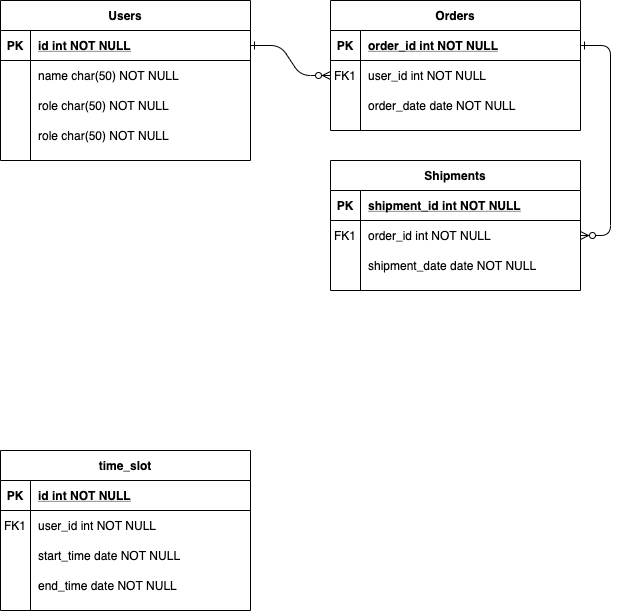
The draw.io diagram uet_thesis/entity.png in EagleVee/flowchart, before a commit. Source tidied: cells renumbered, new cells last; positions are measured from the earlier drawing's top-left corner, leaving out a move shared by most shapes.
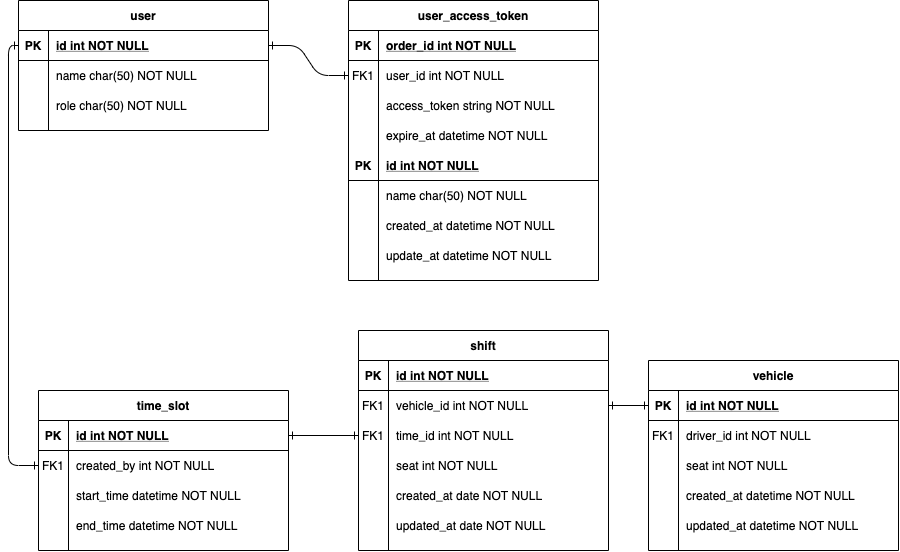
After the change.

Change to the diagram source:
```diff
@@ -2,14 +2,11 @@
   <root>
     <mxCell id="0" />
     <mxCell id="1" parent="0" />
-    <mxCell id="2" style="edgeStyle=entityRelationEdgeStyle;endArrow=ERzeroToMany;startArrow=ERone;endFill=1;startFill=0;" parent="1" edge="1" source="25" target="8">
+    <mxCell id="2" style="edgeStyle=entityRelationEdgeStyle;endArrow=ERone;startArrow=ERone;endFill=0;startFill=0;" parent="1" edge="1" source="25" target="8">
       <mxGeometry relative="1" as="geometry" />
     </mxCell>
-    <mxCell id="3" style="edgeStyle=entityRelationEdgeStyle;endArrow=ERzeroToMany;startArrow=ERone;endFill=1;startFill=0;" parent="1" edge="1" source="5" target="18">
-      <mxGeometry relative="1" as="geometry" />
-    </mxCell>
-    <mxCell id="4" value="Orders" style="shape=table;startSize=30;rowLines=0;fontStyle=1;align=center;" parent="1" vertex="1">
-      <mxGeometry x="330" width="250" height="130" as="geometry" />
+    <mxCell id="4" value="user_access_token" style="shape=table;startSize=30;rowLines=0;fontStyle=1;align=center;" parent="1" vertex="1">
+      <mxGeometry x="330" width="250" height="280" as="geometry" />
     </mxCell>
     <mxCell id="5" style="shape=partialRectangle;fillColor=none;points=[[0,0.5],[1,0.5]];portConstraint=eastwest;top=0;left=0;right=0;bottom=1;" parent="4" vertex="1">
       <mxGeometry y="30" width="250" height="30" as="geometry" />
@@ -35,41 +32,56 @@
     <mxCell id="12" style="shape=partialRectangle;overflow=hidden;fillColor=none;top=0;left=0;bottom=0;right=0;" parent="11" vertex="1">
       <mxGeometry width="30" height="30" as="geometry" />
     </mxCell>
-    <mxCell id="13" value="order_date date NOT NULL" style="shape=partialRectangle;overflow=hidden;fillColor=none;top=0;left=0;bottom=0;right=0;align=left;spacingLeft=6;" parent="11" vertex="1">
+    <mxCell id="13" value="access_token string NOT NULL" style="shape=partialRectangle;overflow=hidden;fillColor=none;top=0;left=0;bottom=0;right=0;align=left;spacingLeft=6;" parent="11" vertex="1">
       <mxGeometry x="30" width="220" height="30" as="geometry" />
     </mxCell>
-    <mxCell id="14" value="Shipments" style="shape=table;startSize=30;rowLines=0;fontStyle=1;align=center;" parent="1" vertex="1">
-      <mxGeometry x="330" y="160" width="250" height="130" as="geometry" />
-    </mxCell>
-    <mxCell id="15" style="shape=partialRectangle;fillColor=none;top=0;left=0;right=0;bottom=1;" parent="14" vertex="1">
-      <mxGeometry y="30" width="250" height="30" as="geometry" />
-    </mxCell>
-    <mxCell id="16" value="PK" style="shape=partialRectangle;overflow=hidden;fillColor=none;top=0;left=0;bottom=0;right=0;fontStyle=1;" parent="15" vertex="1">
-      <mxGeometry width="30" height="30" as="geometry" />
-    </mxCell>
-    <mxCell id="17" value="shipment_id int NOT NULL " style="shape=partialRectangle;overflow=hidden;fillColor=none;top=0;left=0;bottom=0;right=0;align=left;spacingLeft=6;fontStyle=5;" parent="15" vertex="1">
-      <mxGeometry x="30" width="220" height="30" as="geometry" />
-    </mxCell>
-    <mxCell id="18" style="shape=partialRectangle;fillColor=none;points=[[0,0.5],[1,0.5]];portConstraint=eastwest;top=0;left=0;right=0;bottom=0;" parent="14" vertex="1">
-      <mxGeometry y="60" width="250" height="30" as="geometry" />
-    </mxCell>
-    <mxCell id="19" value="FK1" style="shape=partialRectangle;overflow=hidden;fillColor=none;top=0;left=0;bottom=0;right=0;" parent="18" vertex="1">
-      <mxGeometry width="30" height="30" as="geometry" />
-    </mxCell>
-    <mxCell id="20" value="order_id int NOT NULL" style="shape=partialRectangle;overflow=hidden;fillColor=none;top=0;left=0;bottom=0;right=0;align=left;spacingLeft=6;" parent="18" vertex="1">
-      <mxGeometry x="30" width="220" height="30" as="geometry" />
-    </mxCell>
-    <mxCell id="21" style="shape=partialRectangle;fillColor=none;top=0;left=0;right=0;bottom=0;" parent="14" vertex="1">
-      <mxGeometry y="90" width="250" height="30" as="geometry" />
-    </mxCell>
-    <mxCell id="22" style="shape=partialRectangle;overflow=hidden;fillColor=none;top=0;left=0;bottom=0;right=0;" parent="21" vertex="1">
-      <mxGeometry width="30" height="30" as="geometry" />
-    </mxCell>
-    <mxCell id="23" value="shipment_date date NOT NULL" style="shape=partialRectangle;overflow=hidden;fillColor=none;top=0;left=0;bottom=0;right=0;align=left;spacingLeft=6;" parent="21" vertex="1">
-      <mxGeometry x="30" width="220" height="30" as="geometry" />
-    </mxCell>
+    <mxCell id="50" style="shape=partialRectangle;fillColor=none;top=0;left=0;right=0;bottom=0;" parent="4" vertex="1">
+      <mxGeometry y="120" width="250" height="30" as="geometry" />
+    </mxCell>
+    <mxCell id="51" style="shape=partialRectangle;overflow=hidden;fillColor=none;top=0;left=0;bottom=0;right=0;" parent="50" vertex="1">
+      <mxGeometry width="30" height="30" as="geometry" />
+    </mxCell>
+    <mxCell id="52" value="expire_at datetime NOT NULL" style="shape=partialRectangle;overflow=hidden;fillColor=none;top=0;left=0;bottom=0;right=0;align=left;spacingLeft=6;" parent="50" vertex="1">
+      <mxGeometry x="30" width="220" height="30" as="geometry" />
+    </mxCell>
+    <mxCell id="53" style="shape=partialRectangle;fillColor=none;top=0;left=0;right=0;bottom=1;" parent="4" vertex="1">
+      <mxGeometry y="150" width="250" height="30" as="geometry" />
+    </mxCell>
+    <mxCell id="54" value="PK" style="shape=partialRectangle;overflow=hidden;fillColor=none;top=0;left=0;bottom=0;right=0;fontStyle=1;" parent="53" vertex="1">
+      <mxGeometry width="30" height="30" as="geometry" />
+    </mxCell>
+    <mxCell id="55" value="id int NOT NULL " style="shape=partialRectangle;overflow=hidden;fillColor=none;top=0;left=0;bottom=0;right=0;align=left;spacingLeft=6;fontStyle=5;" parent="53" vertex="1">
+      <mxGeometry x="30" width="220" height="30" as="geometry" />
+    </mxCell>
+    <mxCell id="56" style="shape=partialRectangle;fillColor=none;top=0;left=0;right=0;bottom=0;" parent="4" vertex="1">
+      <mxGeometry y="180" width="250" height="30" as="geometry" />
+    </mxCell>
+    <mxCell id="57" style="shape=partialRectangle;overflow=hidden;fillColor=none;top=0;left=0;bottom=0;right=0;" parent="56" vertex="1">
+      <mxGeometry width="30" height="30" as="geometry" />
+    </mxCell>
+    <mxCell id="58" value="name char(50) NOT NULL" style="shape=partialRectangle;overflow=hidden;fillColor=none;top=0;left=0;bottom=0;right=0;align=left;spacingLeft=6;" parent="56" vertex="1">
+      <mxGeometry x="30" width="220" height="30" as="geometry" />
+    </mxCell>
+    <mxCell id="59" style="shape=partialRectangle;fillColor=none;top=0;left=0;right=0;bottom=0;" parent="4" vertex="1">
+      <mxGeometry y="210" width="250" height="30" as="geometry" />
+    </mxCell>
+    <mxCell id="60" style="shape=partialRectangle;overflow=hidden;fillColor=none;top=0;left=0;bottom=0;right=0;" parent="59" vertex="1">
+      <mxGeometry width="30" height="30" as="geometry" />
+    </mxCell>
+    <mxCell id="61" value="created_at datetime NOT NULL" style="shape=partialRectangle;overflow=hidden;fillColor=none;top=0;left=0;bottom=0;right=0;align=left;spacingLeft=6;" parent="59" vertex="1">
+      <mxGeometry x="30" width="220" height="30" as="geometry" />
+    </mxCell>
+    <mxCell id="62" style="shape=partialRectangle;fillColor=none;top=0;left=0;right=0;bottom=0;" parent="4" vertex="1">
+      <mxGeometry y="240" width="250" height="30" as="geometry" />
+    </mxCell>
+    <mxCell id="63" style="shape=partialRectangle;overflow=hidden;fillColor=none;top=0;left=0;bottom=0;right=0;" parent="62" vertex="1">
+      <mxGeometry width="30" height="30" as="geometry" />
+    </mxCell>
+    <mxCell id="64" value="update_at datetime NOT NULL" style="shape=partialRectangle;overflow=hidden;fillColor=none;top=0;left=0;bottom=0;right=0;align=left;spacingLeft=6;" parent="62" vertex="1">
+      <mxGeometry x="30" width="220" height="30" as="geometry" />
+    </mxCell>
-    <mxCell id="24" value="Users" style="shape=table;startSize=30;rowLines=0;fontStyle=1;align=center;" parent="1" vertex="1">
-      <mxGeometry width="250" height="160" as="geometry" />
+    <mxCell id="24" value="user" style="shape=table;startSize=30;rowLines=0;fontStyle=1;align=center;" parent="1" vertex="1">
+      <mxGeometry width="250" height="130" as="geometry" />
     </mxCell>
     <mxCell id="25" style="shape=partialRectangle;fillColor=none;points=[[0,0.5],[1,0.5]];portConstraint=eastwest;top=0;left=0;right=0;bottom=1;" parent="24" vertex="1">
       <mxGeometry y="30" width="250" height="30" as="geometry" />
@@ -98,17 +110,8 @@
     <mxCell id="33" value="role char(50) NOT NULL" style="shape=partialRectangle;overflow=hidden;fillColor=none;top=0;left=0;bottom=0;right=0;align=left;spacingLeft=6;" parent="31" vertex="1">
       <mxGeometry x="30" width="220" height="30" as="geometry" />
     </mxCell>
-    <mxCell id="34" style="shape=partialRectangle;fillColor=none;top=0;left=0;right=0;bottom=0;" parent="24" vertex="1">
-      <mxGeometry y="120" width="250" height="30" as="geometry" />
-    </mxCell>
-    <mxCell id="35" style="shape=partialRectangle;overflow=hidden;fillColor=none;top=0;left=0;bottom=0;right=0;" parent="34" vertex="1">
-      <mxGeometry width="30" height="30" as="geometry" />
-    </mxCell>
-    <mxCell id="36" value="role char(50) NOT NULL" style="shape=partialRectangle;overflow=hidden;fillColor=none;top=0;left=0;bottom=0;right=0;align=left;spacingLeft=6;" parent="34" vertex="1">
-      <mxGeometry x="30" width="220" height="30" as="geometry" />
-    </mxCell>
     <mxCell id="37" value="time_slot" style="shape=table;startSize=30;rowLines=0;fontStyle=1;align=center;" parent="1" vertex="1">
-      <mxGeometry y="450" width="250" height="160" as="geometry" />
+      <mxGeometry x="20" y="390" width="250" height="160" as="geometry" />
     </mxCell>
     <mxCell id="38" style="shape=partialRectangle;fillColor=none;points=[[0,0.5],[1,0.5]];portConstraint=eastwest;top=0;left=0;right=0;bottom=1;" parent="37" vertex="1">
       <mxGeometry y="30" width="250" height="30" as="geometry" />
@@ -125,7 +128,7 @@
     <mxCell id="42" value="FK1" style="shape=partialRectangle;overflow=hidden;fillColor=none;top=0;left=0;bottom=0;right=0;" parent="41" vertex="1">
       <mxGeometry width="30" height="30" as="geometry" />
     </mxCell>
-    <mxCell id="43" value="user_id int NOT NULL" style="shape=partialRectangle;overflow=hidden;fillColor=none;top=0;left=0;bottom=0;right=0;align=left;spacingLeft=6;" parent="41" vertex="1">
+    <mxCell id="43" value="created_by int NOT NULL" style="shape=partialRectangle;overflow=hidden;fillColor=none;top=0;left=0;bottom=0;right=0;align=left;spacingLeft=6;" parent="41" vertex="1">
       <mxGeometry x="30" width="220" height="30" as="geometry" />
     </mxCell>
     <mxCell id="44" style="shape=partialRectangle;fillColor=none;top=0;left=0;right=0;bottom=0;" parent="37" vertex="1">
@@ -134,7 +137,7 @@
     <mxCell id="45" style="shape=partialRectangle;overflow=hidden;fillColor=none;top=0;left=0;bottom=0;right=0;" parent="44" vertex="1">
       <mxGeometry width="30" height="30" as="geometry" />
     </mxCell>
-    <mxCell id="46" value="start_time date NOT NULL" style="shape=partialRectangle;overflow=hidden;fillColor=none;top=0;left=0;bottom=0;right=0;align=left;spacingLeft=6;" parent="44" vertex="1">
+    <mxCell id="46" value="start_time datetime NOT NULL" style="shape=partialRectangle;overflow=hidden;fillColor=none;top=0;left=0;bottom=0;right=0;align=left;spacingLeft=6;" parent="44" vertex="1">
       <mxGeometry x="30" width="220" height="30" as="geometry" />
     </mxCell>
     <mxCell id="47" style="shape=partialRectangle;fillColor=none;top=0;left=0;right=0;bottom=0;" parent="37" vertex="1">
@@ -143,8 +146,124 @@
     <mxCell id="48" style="shape=partialRectangle;overflow=hidden;fillColor=none;top=0;left=0;bottom=0;right=0;" parent="47" vertex="1">
       <mxGeometry width="30" height="30" as="geometry" />
     </mxCell>
-    <mxCell id="49" value="end_time date NOT NULL" style="shape=partialRectangle;overflow=hidden;fillColor=none;top=0;left=0;bottom=0;right=0;align=left;spacingLeft=6;" parent="47" vertex="1">
+    <mxCell id="49" value="end_time datetime NOT NULL" style="shape=partialRectangle;overflow=hidden;fillColor=none;top=0;left=0;bottom=0;right=0;align=left;spacingLeft=6;" parent="47" vertex="1">
       <mxGeometry x="30" width="220" height="30" as="geometry" />
     </mxCell>
+    <mxCell id="65" value="vehicle" style="shape=table;startSize=30;rowLines=0;fontStyle=1;align=center;" parent="1" vertex="1">
+      <mxGeometry x="630" y="360" width="250" height="190" as="geometry" />
+    </mxCell>
+    <mxCell id="66" style="shape=partialRectangle;fillColor=none;points=[[0,0.5],[1,0.5]];portConstraint=eastwest;top=0;left=0;right=0;bottom=1;" parent="65" vertex="1">
+      <mxGeometry y="30" width="250" height="30" as="geometry" />
+    </mxCell>
+    <mxCell id="67" value="PK" style="shape=partialRectangle;overflow=hidden;fillColor=none;top=0;left=0;bottom=0;right=0;fontStyle=1;" parent="66" vertex="1">
+      <mxGeometry width="30" height="30" as="geometry" />
+    </mxCell>
+    <mxCell id="68" value="id int NOT NULL " style="shape=partialRectangle;overflow=hidden;fillColor=none;top=0;left=0;bottom=0;right=0;align=left;spacingLeft=6;fontStyle=5;" parent="66" vertex="1">
+      <mxGeometry x="30" width="220" height="30" as="geometry" />
+    </mxCell>
+    <mxCell id="69" style="shape=partialRectangle;fillColor=none;top=0;left=0;right=0;bottom=0;" parent="65" vertex="1">
+      <mxGeometry y="60" width="250" height="30" as="geometry" />
+    </mxCell>
+    <mxCell id="70" value="FK1" style="shape=partialRectangle;overflow=hidden;fillColor=none;top=0;left=0;bottom=0;right=0;" parent="69" vertex="1">
+      <mxGeometry width="30" height="30" as="geometry" />
+    </mxCell>
+    <mxCell id="71" value="driver_id int NOT NULL" style="shape=partialRectangle;overflow=hidden;fillColor=none;top=0;left=0;bottom=0;right=0;align=left;spacingLeft=6;" parent="69" vertex="1">
+      <mxGeometry x="30" width="220" height="30" as="geometry" />
+    </mxCell>
+    <mxCell id="72" style="shape=partialRectangle;fillColor=none;top=0;left=0;right=0;bottom=0;" parent="65" vertex="1">
+      <mxGeometry y="90" width="250" height="30" as="geometry" />
+    </mxCell>
+    <mxCell id="73" style="shape=partialRectangle;overflow=hidden;fillColor=none;top=0;left=0;bottom=0;right=0;" parent="72" vertex="1">
+      <mxGeometry width="30" height="30" as="geometry" />
+    </mxCell>
+    <mxCell id="74" value="seat int NOT NULL" style="shape=partialRectangle;overflow=hidden;fillColor=none;top=0;left=0;bottom=0;right=0;align=left;spacingLeft=6;" parent="72" vertex="1">
+      <mxGeometry x="30" width="220" height="30" as="geometry" />
+    </mxCell>
+    <mxCell id="75" style="shape=partialRectangle;fillColor=none;top=0;left=0;right=0;bottom=0;" parent="65" vertex="1">
+      <mxGeometry y="120" width="250" height="30" as="geometry" />
+    </mxCell>
+    <mxCell id="76" style="shape=partialRectangle;overflow=hidden;fillColor=none;top=0;left=0;bottom=0;right=0;" parent="75" vertex="1">
+      <mxGeometry width="30" height="30" as="geometry" />
+    </mxCell>
+    <mxCell id="77" value="created_at datetime NOT NULL" style="shape=partialRectangle;overflow=hidden;fillColor=none;top=0;left=0;bottom=0;right=0;align=left;spacingLeft=6;" parent="75" vertex="1">
+      <mxGeometry x="30" width="220" height="30" as="geometry" />
+    </mxCell>
+    <mxCell id="78" style="shape=partialRectangle;fillColor=none;top=0;left=0;right=0;bottom=0;" parent="65" vertex="1">
+      <mxGeometry y="150" width="250" height="30" as="geometry" />
+    </mxCell>
+    <mxCell id="79" style="shape=partialRectangle;overflow=hidden;fillColor=none;top=0;left=0;bottom=0;right=0;" parent="78" vertex="1">
+      <mxGeometry width="30" height="30" as="geometry" />
+    </mxCell>
+    <mxCell id="80" value="updated_at datetime NOT NULL" style="shape=partialRectangle;overflow=hidden;fillColor=none;top=0;left=0;bottom=0;right=0;align=left;spacingLeft=6;" parent="78" vertex="1">
+      <mxGeometry x="30" width="220" height="30" as="geometry" />
+    </mxCell>
+    <mxCell id="81" value="shift" style="shape=table;startSize=30;rowLines=0;fontStyle=1;align=center;" parent="1" vertex="1">
+      <mxGeometry x="340" y="330" width="250" height="220" as="geometry" />
+    </mxCell>
+    <mxCell id="82" style="shape=partialRectangle;fillColor=none;top=0;left=0;right=0;bottom=1;" parent="81" vertex="1">
+      <mxGeometry y="30" width="250" height="30" as="geometry" />
+    </mxCell>
+    <mxCell id="83" value="PK" style="shape=partialRectangle;overflow=hidden;fillColor=none;top=0;left=0;bottom=0;right=0;fontStyle=1;" parent="82" vertex="1">
+      <mxGeometry width="30" height="30" as="geometry" />
+    </mxCell>
+    <mxCell id="84" value="id int NOT NULL " style="shape=partialRectangle;overflow=hidden;fillColor=none;top=0;left=0;bottom=0;right=0;align=left;spacingLeft=6;fontStyle=5;" parent="82" vertex="1">
+      <mxGeometry x="30" width="220" height="30" as="geometry" />
+    </mxCell>
+    <mxCell id="85" style="shape=partialRectangle;fillColor=none;top=0;left=0;right=0;bottom=0;" parent="81" vertex="1">
+      <mxGeometry y="60" width="250" height="30" as="geometry" />
+    </mxCell>
+    <mxCell id="86" value="FK1" style="shape=partialRectangle;overflow=hidden;fillColor=none;top=0;left=0;bottom=0;right=0;" parent="85" vertex="1">
+      <mxGeometry width="30" height="30" as="geometry" />
+    </mxCell>
+    <mxCell id="87" value="vehicle_id int NOT NULL" style="shape=partialRectangle;overflow=hidden;fillColor=none;top=0;left=0;bottom=0;right=0;align=left;spacingLeft=6;" parent="85" vertex="1">
+      <mxGeometry x="30" width="220" height="30" as="geometry" />
+    </mxCell>
+    <mxCell id="88" style="shape=partialRectangle;fillColor=none;points=[[0,0.5],[1,0.5]];portConstraint=eastwest;top=0;left=0;right=0;bottom=0;" parent="81" vertex="1">
+      <mxGeometry y="90" width="250" height="30" as="geometry" />
+    </mxCell>
+    <mxCell id="89" value="FK1" style="shape=partialRectangle;overflow=hidden;fillColor=none;top=0;left=0;bottom=0;right=0;" parent="88" vertex="1">
+      <mxGeometry width="30" height="30" as="geometry" />
+    </mxCell>
+    <mxCell id="90" value="time_id int NOT NULL" style="shape=partialRectangle;overflow=hidden;fillColor=none;top=0;left=0;bottom=0;right=0;align=left;spacingLeft=6;" parent="88" vertex="1">
+      <mxGeometry x="30" width="220" height="30" as="geometry" />
+    </mxCell>
+    <mxCell id="91" style="shape=partialRectangle;fillColor=none;top=0;left=0;right=0;bottom=0;" parent="81" vertex="1">
+      <mxGeometry y="120" width="250" height="30" as="geometry" />
+    </mxCell>
+    <mxCell id="92" style="shape=partialRectangle;overflow=hidden;fillColor=none;top=0;left=0;bottom=0;right=0;" parent="91" vertex="1">
+      <mxGeometry width="30" height="30" as="geometry" />
+    </mxCell>
+    <mxCell id="93" value="seat int NOT NULL" style="shape=partialRectangle;overflow=hidden;fillColor=none;top=0;left=0;bottom=0;right=0;align=left;spacingLeft=6;" parent="91" vertex="1">
+      <mxGeometry x="30" width="220" height="30" as="geometry" />
+    </mxCell>
+    <mxCell id="94" style="shape=partialRectangle;fillColor=none;top=0;left=0;right=0;bottom=0;" parent="81" vertex="1">
+      <mxGeometry y="150" width="250" height="30" as="geometry" />
+    </mxCell>
+    <mxCell id="95" style="shape=partialRectangle;overflow=hidden;fillColor=none;top=0;left=0;bottom=0;right=0;" parent="94" vertex="1">
+      <mxGeometry width="30" height="30" as="geometry" />
+    </mxCell>
+    <mxCell id="96" value="created_at date NOT NULL" style="shape=partialRectangle;overflow=hidden;fillColor=none;top=0;left=0;bottom=0;right=0;align=left;spacingLeft=6;" parent="94" vertex="1">
+      <mxGeometry x="30" width="220" height="30" as="geometry" />
+    </mxCell>
+    <mxCell id="97" style="shape=partialRectangle;fillColor=none;top=0;left=0;right=0;bottom=0;" parent="81" vertex="1">
+      <mxGeometry y="180" width="250" height="30" as="geometry" />
+    </mxCell>
+    <mxCell id="98" style="shape=partialRectangle;overflow=hidden;fillColor=none;top=0;left=0;bottom=0;right=0;" parent="97" vertex="1">
+      <mxGeometry width="30" height="30" as="geometry" />
+    </mxCell>
+    <mxCell id="99" value="updated_at date NOT NULL" style="shape=partialRectangle;overflow=hidden;fillColor=none;top=0;left=0;bottom=0;right=0;align=left;spacingLeft=6;" parent="97" vertex="1">
+      <mxGeometry x="30" width="220" height="30" as="geometry" />
+    </mxCell>
+    <mxCell id="100" style="edgeStyle=orthogonalEdgeStyle;endArrow=ERone;startArrow=ERone;endFill=0;startFill=0;exitX=0;exitY=0.5;exitDx=0;exitDy=0;entryX=0;entryY=0.5;entryDx=0;entryDy=0;" parent="1" edge="1" source="25" target="41">
+      <mxGeometry relative="1" as="geometry" />
+    </mxCell>
+    <mxCell id="101" style="edgeStyle=orthogonalEdgeStyle;endArrow=ERone;startArrow=ERone;endFill=0;startFill=0;entryX=0;entryY=0.5;entryDx=0;entryDy=0;curved=1;" parent="1" edge="1" source="38" target="88">
+      <mxGeometry relative="1" as="geometry" />
+    </mxCell>
+    <mxCell id="102" style="edgeStyle=orthogonalEdgeStyle;endArrow=ERone;startArrow=ERone;endFill=0;startFill=0;curved=1;entryX=0;entryY=0.5;entryDx=0;entryDy=0;" parent="1" edge="1" target="66">
+      <mxGeometry relative="1" as="geometry">
+        <mxPoint x="590" y="405" as="sourcePoint" />
+      </mxGeometry>
+    </mxCell>
   </root>
 </mxGraphModel>
```
